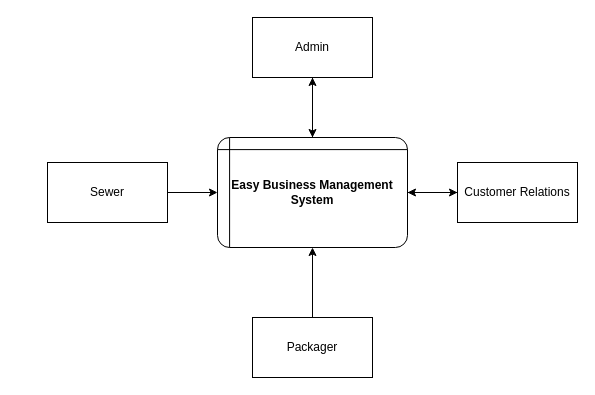
Earlier version of the draw.io diagram page "Level 0 DFD" (1 of 9) of DFD DIAGRAMS.drawio (BryanFabellore/Team_SPOTLIGHT). Source tidied: cells renumbered, new cells numbered last; positions are measured from the earlier drawing's top-left corner, leaving out a move shared by most shapes. Both pictures are drawn from the tidied source at 100%, with x=0, y=0 at pixel (47, 17).
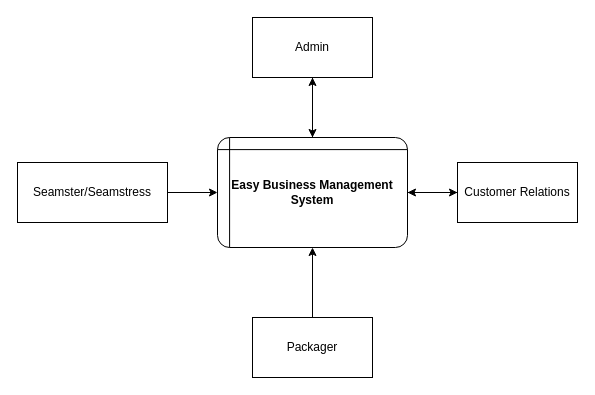
Above is the later version.

What changed in the source:
```diff
@@
 <mxGraphModel>
   <root>
     <mxCell id="0" />
     <mxCell id="1" parent="0" />
     <mxCell id="2" style="edgeStyle=orthogonalEdgeStyle;rounded=1;jettySize=auto;html=1;entryX=0;entryY=0.5;entryDx=0;entryDy=0;fontFamily=Helvetica;fontSize=12;fontColor=default;" parent="1" edge="1" source="4" target="10">
       <mxGeometry relative="1" as="geometry" />
     </mxCell>
     <mxCell id="3" style="edgeStyle=orthogonalEdgeStyle;rounded=1;jettySize=auto;html=1;fontFamily=Helvetica;fontSize=12;fontColor=default;" parent="1" edge="1" source="4" target="6">
       <mxGeometry relative="1" as="geometry" />
     </mxCell>
     <mxCell id="4" value="&lt;b&gt;Easy Business Management System&lt;/b&gt;" style="shape=internalStorage;whiteSpace=wrap;html=1;backgroundOutline=1;rounded=1;dx=10;dy=10;arcSize=11;" parent="1" vertex="1">
       <mxGeometry x="170" y="120" width="190" height="110" as="geometry" />
     </mxCell>
     <mxCell id="5" style="edgeStyle=orthogonalEdgeStyle;rounded=1;jettySize=auto;html=1;fontFamily=Helvetica;fontSize=12;fontColor=default;" parent="1" edge="1" source="6" target="4">
       <mxGeometry relative="1" as="geometry" />
     </mxCell>
     <mxCell id="6" value="Admin" style="rounded=0;whiteSpace=wrap;html=1;strokeColor=default;fontFamily=Helvetica;fontSize=12;fontColor=default;fillColor=#FFFFFF;" parent="1" vertex="1">
       <mxGeometry x="205" width="120" height="60" as="geometry" />
     </mxCell>
     <mxCell id="7" style="edgeStyle=orthogonalEdgeStyle;rounded=1;jettySize=auto;html=1;entryX=0;entryY=0.5;entryDx=0;entryDy=0;fontFamily=Helvetica;fontSize=12;fontColor=default;" parent="1" edge="1" source="8" target="4">
       <mxGeometry relative="1" as="geometry" />
     </mxCell>
-    <mxCell id="8" value="Sewer" style="rounded=0;whiteSpace=wrap;html=1;strokeColor=default;fontFamily=Helvetica;fontSize=12;fontColor=default;fillColor=#FFFFFF;" parent="1" vertex="1">
-      <mxGeometry y="145" width="120" height="60" as="geometry" />
+    <mxCell id="8" value="Seamster/Seamstress" style="rounded=0;whiteSpace=wrap;html=1;strokeColor=default;fontFamily=Helvetica;fontSize=12;fontColor=default;fillColor=#FFFFFF;" parent="1" vertex="1">
+      <mxGeometry x="-30" y="145" width="150" height="60" as="geometry" />
     </mxCell>
     <mxCell id="9" style="edgeStyle=orthogonalEdgeStyle;rounded=1;jettySize=auto;html=1;entryX=1;entryY=0.5;entryDx=0;entryDy=0;fontFamily=Helvetica;fontSize=12;fontColor=default;" parent="1" edge="1" source="10" target="4">
       <mxGeometry relative="1" as="geometry" />
     </mxCell>
     <mxCell id="10" value="Customer Relations" style="rounded=0;whiteSpace=wrap;html=1;strokeColor=default;fontFamily=Helvetica;fontSize=12;fontColor=default;fillColor=#FFFFFF;" parent="1" vertex="1">
       <mxGeometry x="410" y="145" width="120" height="60" as="geometry" />
     </mxCell>
     <mxCell id="11" style="edgeStyle=orthogonalEdgeStyle;rounded=1;jettySize=auto;html=1;entryX=0.5;entryY=1;entryDx=0;entryDy=0;fontFamily=Helvetica;fontSize=12;fontColor=default;" parent="1" edge="1" source="12" target="4">
       <mxGeometry relative="1" as="geometry" />
     </mxCell>
     <mxCell id="12" value="Packager" style="rounded=0;whiteSpace=wrap;html=1;strokeColor=default;fontFamily=Helvetica;fontSize=12;fontColor=default;fillColor=#FFFFFF;" parent="1" vertex="1">
       <mxGeometry x="205" y="300" width="120" height="60" as="geometry" />
     </mxCell>
   </root>
 </mxGraphModel>
```
